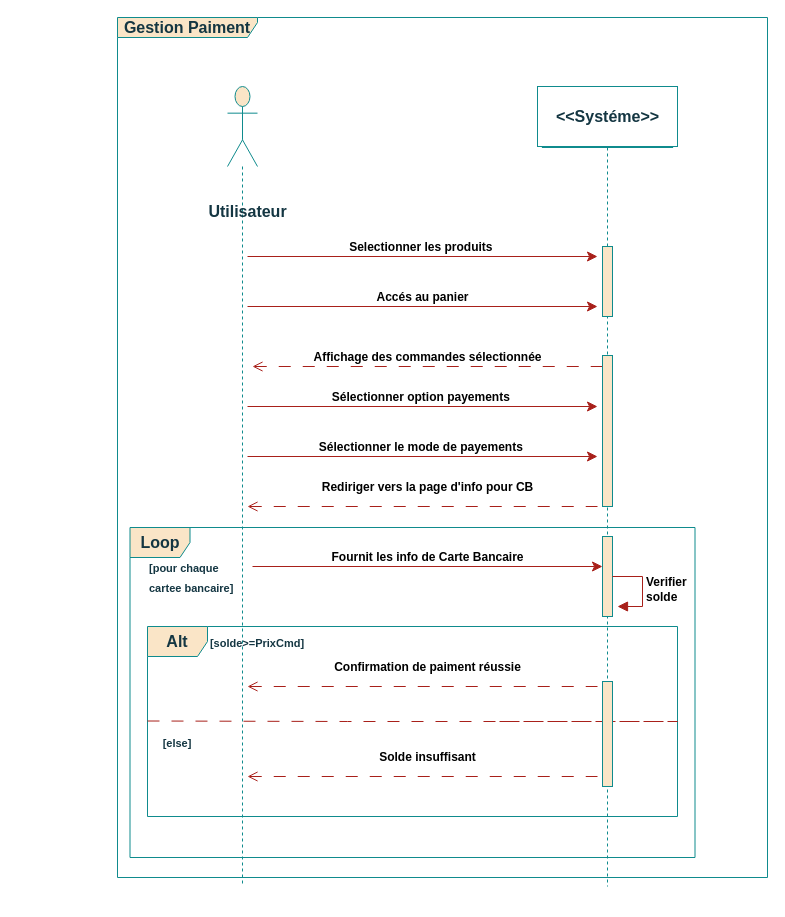
This is page "Page-2" (2 of 3) of Untitled Diagram.drawio from hananemazyan/DIAGRAMS, a draw.io file, before an edit. Source tidied: cells renumbered, new cells numbered last; positions are measured from the earlier drawing's top-left corner, leaving out a move shared by most shapes. Both pictures are drawn from the tidied source at 100%, with x=0, y=0 at pixel (117, 17).
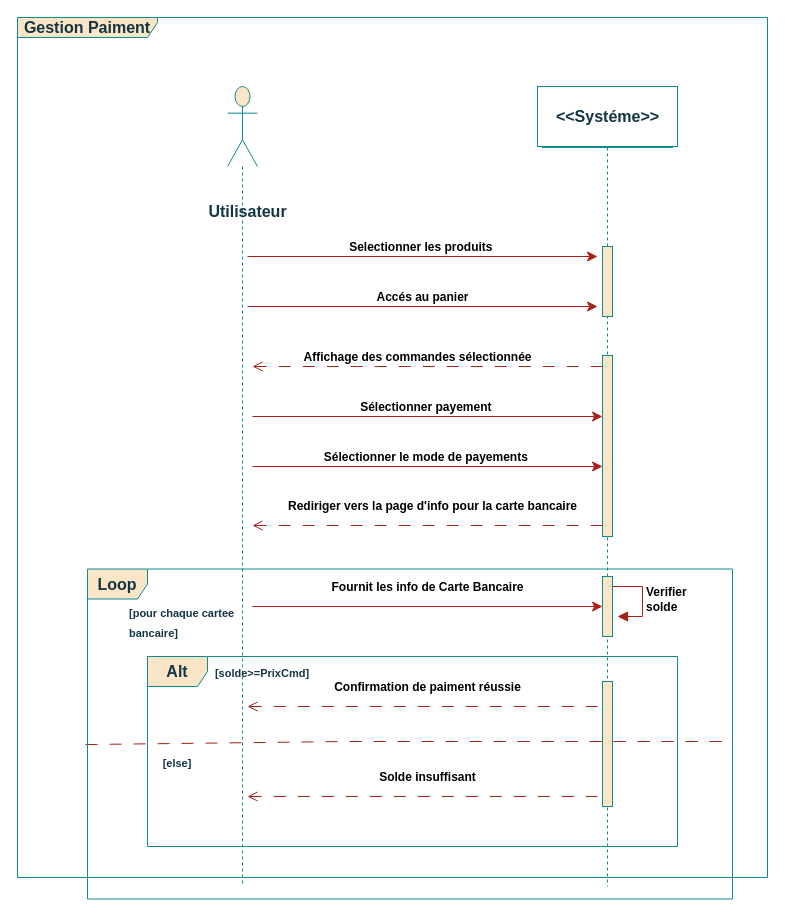
The same page after the edit.

The change refers to these unchanged cells:
```xml
<mxCell id="6" style="shape=umlLifeline;perimeter=lifelinePerimeter;whiteSpace=wrap;html=1;newEdgeStyle={&quot;curved&quot;:0,&quot;rounded&quot;:0};participant=umlEntity;strokeColor=#0F8B8D;fontSize=16;fontColor=#143642;fillColor=#FAE5C7;size=0;labelBackgroundColor=none;" parent="1" vertex="1">
  <mxGeometry x="402.5" y="130" width="175" height="739" as="geometry" />
</mxCell>
```

What changed in the source:
```diff
@@
-    <mxCell id="7" value="&lt;b&gt;Loop&lt;/b&gt;" style="shape=umlFrame;whiteSpace=wrap;html=1;strokeColor=#0F8B8D;fontSize=16;fontColor=#143642;fillColor=#FAE5C7;labelBackgroundColor=none;" parent="6" vertex="1">
-      <mxGeometry x="-390" y="380" width="565" height="330" as="geometry" />
-    </mxCell>
     <mxCell id="8" value="Gestion Paiment" style="shape=umlFrame;whiteSpace=wrap;html=1;strokeColor=#0F8B8D;fontSize=16;fontColor=#143642;fillColor=#FAE5C7;width=140;height=20;fontStyle=1;labelBackgroundColor=none;" parent="1" vertex="1">
-      <mxGeometry width="650" height="860" as="geometry" />
+      <mxGeometry x="-100" width="750" height="860" as="geometry" />
     </mxCell>
@@
     <mxCell id="12" value="&lt;b&gt;Affichage des commandes sélectionnée&lt;/b&gt;" style="html=1;verticalAlign=bottom;endArrow=none;curved=0;rounded=0;strokeColor=#A8201A;fontSize=12;fontColor=default;startSize=8;endSize=8;edgeStyle=none;dashed=1;dashPattern=12 12;endFill=0;startArrow=open;startFill=0;labelBackgroundColor=none;" parent="1" edge="1">
-      <mxGeometry relative="1" as="geometry">
+      <mxGeometry x="-0.06" relative="1" as="geometry">
         <mxPoint x="135" y="349" as="sourcePoint" />
         <mxPoint x="485" y="349" as="targetPoint" />
       </mxGeometry>
     </mxCell>
-    <mxCell id="13" value="&lt;b&gt;Sélectionner option payements&amp;nbsp;&lt;/b&gt;" style="html=1;verticalAlign=bottom;endArrow=classic;curved=0;rounded=0;strokeColor=#A8201A;fontSize=12;fontColor=default;startSize=8;endSize=8;edgeStyle=none;labelBackgroundColor=none;endFill=1;" parent="1" edge="1">
+    <mxCell id="13" value="&lt;b&gt;Sélectionner payement&amp;nbsp;&lt;/b&gt;" style="html=1;verticalAlign=bottom;endArrow=classic;curved=0;rounded=0;strokeColor=#A8201A;fontSize=12;fontColor=default;startSize=8;endSize=8;edgeStyle=none;labelBackgroundColor=none;endFill=1;" parent="1" edge="1">
       <mxGeometry relative="1" as="geometry">
-        <mxPoint x="130" y="389" as="sourcePoint" />
-        <mxPoint x="480" y="389" as="targetPoint" />
+        <mxPoint x="135" y="399" as="sourcePoint" />
+        <mxPoint x="485" y="399" as="targetPoint" />
       </mxGeometry>
     </mxCell>
     <mxCell id="14" value="&lt;b&gt;Sélectionner le mode de payements&amp;nbsp;&lt;/b&gt;" style="html=1;verticalAlign=bottom;endArrow=classic;curved=0;rounded=0;strokeColor=#A8201A;fontSize=12;fontColor=default;startSize=8;endSize=8;edgeStyle=none;labelBackgroundColor=none;endFill=1;" parent="1" edge="1">
       <mxGeometry relative="1" as="geometry">
-        <mxPoint x="130" y="439" as="sourcePoint" />
-        <mxPoint x="480" y="439" as="targetPoint" />
+        <mxPoint x="135" y="449" as="sourcePoint" />
+        <mxPoint x="485" y="449" as="targetPoint" />
       </mxGeometry>
     </mxCell>
     <mxCell id="15" style="html=1;perimeter=orthogonalPerimeter;targetShapes=umlLifeline;newEdgeStyle={&quot;curved&quot;:0,&quot;rounded&quot;:0};strokeColor=#0F8B8D;fontSize=16;fontColor=#143642;fillColor=#FAE5C7;labelBackgroundColor=none;" parent="1" vertex="1">
-      <mxGeometry x="485" y="338" width="10" height="151" as="geometry" />
+      <mxGeometry x="485" y="338" width="10" height="181" as="geometry" />
     </mxCell>
-    <mxCell id="16" value="&lt;b&gt;Rediriger vers la page d'info pour CB&lt;/b&gt;" style="html=1;verticalAlign=bottom;endArrow=none;curved=0;rounded=0;strokeColor=#A8201A;fontSize=12;fontColor=default;startSize=8;endSize=8;edgeStyle=none;dashed=1;dashPattern=12 12;endFill=0;startArrow=open;startFill=0;labelBackgroundColor=none;" parent="1" edge="1">
+    <mxCell id="16" value="&lt;b&gt;Rediriger vers la page d'info pour la carte bancaire&lt;/b&gt;" style="html=1;verticalAlign=bottom;endArrow=none;curved=0;rounded=0;strokeColor=#A8201A;fontSize=12;fontColor=default;startSize=8;endSize=8;edgeStyle=none;dashed=1;dashPattern=12 12;endFill=0;startArrow=open;startFill=0;labelBackgroundColor=none;" parent="1" edge="1">
       <mxGeometry x="0.03" y="10" relative="1" as="geometry">
-        <mxPoint x="130" y="489" as="sourcePoint" />
-        <mxPoint x="480" y="489" as="targetPoint" />
+        <mxPoint x="135" y="508" as="sourcePoint" />
+        <mxPoint x="485" y="508" as="targetPoint" />
       </mxGeometry>
     </mxCell>
     <mxCell id="17" value="&lt;b&gt;Fournit les info de Carte Bancaire&lt;/b&gt;" style="html=1;verticalAlign=bottom;endArrow=classic;curved=0;rounded=0;strokeColor=#A8201A;fontSize=12;fontColor=default;startSize=8;endSize=8;edgeStyle=none;labelBackgroundColor=none;endFill=1;" parent="1" edge="1">
-      <mxGeometry relative="1" as="geometry">
-        <mxPoint x="135" y="549" as="sourcePoint" />
-        <mxPoint x="485" y="549" as="targetPoint" />
+      <mxGeometry y="10" relative="1" as="geometry">
+        <mxPoint x="135" y="589" as="sourcePoint" />
+        <mxPoint x="485" y="589" as="targetPoint" />
       </mxGeometry>
     </mxCell>
     <mxCell id="18" style="html=1;perimeter=orthogonalPerimeter;targetShapes=umlLifeline;newEdgeStyle={&quot;curved&quot;:0,&quot;rounded&quot;:0};strokeColor=#0F8B8D;fontSize=16;fontColor=#143642;fillColor=#FAE5C7;labelBackgroundColor=none;" parent="1" vertex="1">
-      <mxGeometry x="485" y="519" width="10" height="80" as="geometry" />
+      <mxGeometry x="485" y="559" width="10" height="60" as="geometry" />
     </mxCell>
     <mxCell id="19" value="&lt;b&gt;Verifier &lt;br&gt;solde&lt;/b&gt;" style="html=1;align=left;spacingLeft=2;endArrow=block;rounded=0;edgeStyle=orthogonalEdgeStyle;curved=0;rounded=0;strokeColor=#A8201A;fontSize=12;fontColor=default;startSize=8;endSize=8;labelBackgroundColor=none;" parent="1" edge="1">
       <mxGeometry x="0.01" relative="1" as="geometry">
-        <mxPoint x="495" y="559" as="sourcePoint" />
-        <mxPoint x="500" y="589" as="targetPoint" />
+        <mxPoint x="495" y="569" as="sourcePoint" />
+        <mxPoint x="500" y="599" as="targetPoint" />
         <Array as="points">
-          <mxPoint x="525" y="559" />
-          <mxPoint x="525" y="589" />
+          <mxPoint x="525" y="569" />
+          <mxPoint x="525" y="599" />
         </Array>
       </mxGeometry>
     </mxCell>
     <mxCell id="20" value="&lt;font style=&quot;font-size: 11px;&quot;&gt;[pour chaque cartee bancaire]&lt;/font&gt;" style="text;strokeColor=none;fillColor=none;html=1;align=left;verticalAlign=middle;whiteSpace=wrap;rounded=0;fontSize=16;fontColor=#143642;fontStyle=1;labelBackgroundColor=none;" parent="1" vertex="1">
-      <mxGeometry x="30" y="544" width="90" height="30" as="geometry" />
+      <mxGeometry x="10" y="589" width="120" height="30" as="geometry" />
     </mxCell>
     <mxCell id="21" value="&lt;b&gt;Alt&lt;/b&gt;" style="shape=umlFrame;whiteSpace=wrap;html=1;strokeColor=#0F8B8D;fontSize=16;fontColor=#143642;fillColor=#FAE5C7;labelBackgroundColor=none;" parent="1" vertex="1">
-      <mxGeometry x="30" y="609" width="530" height="190" as="geometry" />
+      <mxGeometry x="30" y="639" width="530" height="190" as="geometry" />
     </mxCell>
     <mxCell id="22" value="&lt;font style=&quot;font-size: 11px;&quot;&gt;[solde&amp;gt;=PrixCmd]&lt;/font&gt;" style="text;strokeColor=none;fillColor=none;html=1;align=center;verticalAlign=middle;whiteSpace=wrap;rounded=0;fontSize=16;fontColor=#143642;fontStyle=1;labelBackgroundColor=none;" parent="1" vertex="1">
-      <mxGeometry x="100" y="609" width="80" height="30" as="geometry" />
+      <mxGeometry x="100" y="639" width="90" height="30" as="geometry" />
     </mxCell>
     <mxCell id="23" value="&lt;b&gt;Confirmation de paiment réussie&lt;/b&gt;" style="html=1;verticalAlign=bottom;endArrow=none;curved=0;rounded=0;strokeColor=#A8201A;fontSize=12;fontColor=default;startSize=8;endSize=8;edgeStyle=none;dashed=1;dashPattern=12 12;endFill=0;startArrow=open;startFill=0;labelBackgroundColor=none;" parent="1" edge="1">
       <mxGeometry x="0.03" y="10" relative="1" as="geometry">
-        <mxPoint x="130" y="669" as="sourcePoint" />
-        <mxPoint x="480" y="669" as="targetPoint" />
+        <mxPoint x="130" y="689" as="sourcePoint" />
+        <mxPoint x="480" y="689" as="targetPoint" />
       </mxGeometry>
     </mxCell>
     <mxCell id="24" value="&lt;b&gt;Solde insuffisant&lt;/b&gt;" style="html=1;verticalAlign=bottom;endArrow=none;curved=0;rounded=0;strokeColor=#A8201A;fontSize=12;fontColor=default;startSize=8;endSize=8;edgeStyle=none;dashed=1;dashPattern=12 12;endFill=0;startArrow=open;startFill=0;labelBackgroundColor=none;" parent="1" edge="1">
       <mxGeometry x="0.03" y="10" relative="1" as="geometry">
-        <mxPoint x="130" y="759" as="sourcePoint" />
-        <mxPoint x="480" y="759" as="targetPoint" />
+        <mxPoint x="130" y="779" as="sourcePoint" />
+        <mxPoint x="480" y="779" as="targetPoint" />
       </mxGeometry>
     </mxCell>
-    <mxCell id="25" style="html=1;verticalAlign=bottom;endArrow=none;curved=0;rounded=0;strokeColor=#A8201A;fontSize=12;fontColor=default;startSize=8;endSize=8;edgeStyle=none;dashed=1;dashPattern=12 12;endFill=0;startArrow=none;startFill=0;labelBackgroundColor=none;" parent="1" edge="1">
+    <mxCell id="25" style="html=1;verticalAlign=bottom;endArrow=none;curved=0;rounded=0;strokeColor=#A8201A;fontSize=12;fontColor=default;startSize=8;endSize=8;edgeStyle=none;dashed=1;dashPattern=12 12;endFill=0;startArrow=none;startFill=0;labelBackgroundColor=none;exitX=-0.003;exitY=0.532;exitDx=0;exitDy=0;exitPerimeter=0;" parent="1" edge="1" source="7">
       <mxGeometry x="0.03" y="10" relative="1" as="geometry">
-        <mxPoint x="30" y="703.5" as="sourcePoint" />
-        <mxPoint x="380" y="704" as="targetPoint" />
+        <mxPoint x="380" y="724" as="targetPoint" />
         <Array as="points">
-          <mxPoint x="230" y="704" />
-          <mxPoint x="560" y="704" />
+          <mxPoint x="230" y="724" />
+          <mxPoint x="610" y="724" />
         </Array>
       </mxGeometry>
     </mxCell>
     <mxCell id="26" value="&lt;font style=&quot;font-size: 11px;&quot;&gt;[else]&lt;/font&gt;" style="text;strokeColor=none;fillColor=none;html=1;align=center;verticalAlign=middle;whiteSpace=wrap;rounded=0;fontSize=16;fontColor=#143642;fontStyle=1;labelBackgroundColor=none;" parent="1" vertex="1">
-      <mxGeometry x="20" y="709" width="80" height="30" as="geometry" />
+      <mxGeometry x="20" y="729" width="80" height="30" as="geometry" />
     </mxCell>
     <mxCell id="27" style="html=1;perimeter=orthogonalPerimeter;targetShapes=umlLifeline;newEdgeStyle={&quot;curved&quot;:0,&quot;rounded&quot;:0};strokeColor=#0F8B8D;fontSize=16;fontColor=#143642;fillColor=#FAE5C7;labelBackgroundColor=none;" parent="1" vertex="1">
-      <mxGeometry x="485" y="664" width="10" height="105" as="geometry" />
+      <mxGeometry x="485" y="664" width="10" height="125" as="geometry" />
     </mxCell>
+    <mxCell id="7" value="&lt;b&gt;Loop&lt;/b&gt;" style="shape=umlFrame;whiteSpace=wrap;html=1;strokeColor=#0F8B8D;fontSize=16;fontColor=#143642;fillColor=#FAE5C7;labelBackgroundColor=none;" parent="1" vertex="1">
+      <mxGeometry x="-30" y="551.5" width="645" height="330" as="geometry" />
+    </mxCell>
```
